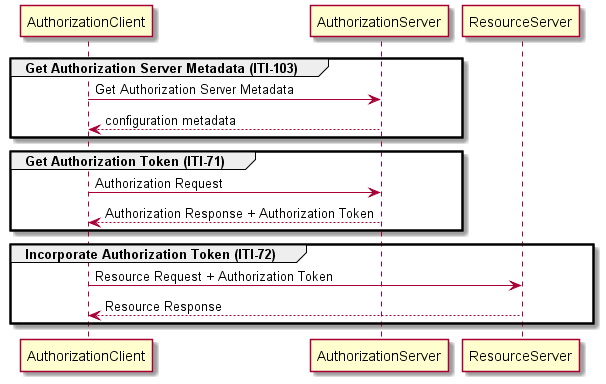
Before: ITI/IUA/media/basic-flow.png, a diagram exported from PlantUML (IHE/publications).
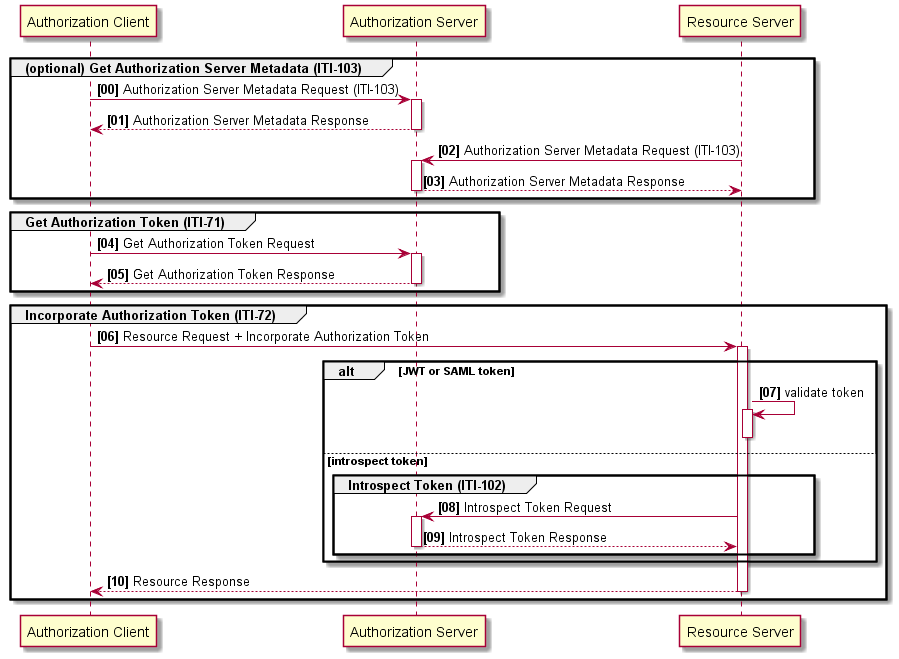
The same file after the commit.

Diff of the diagram source:
```diff
@@ -1,18 +1,44 @@
 @startuml basic-flow
 
-group Get Authorization Server Metadata (ITI-103)
-AuthorizationClient -> AuthorizationServer : Get Authorization Server Metadata
-AuthorizationClient <-- AuthorizationServer : configuration metadata
+participant "Authorization Client" as Client
+participant "Authorization Server" as AS
+participant "Resource Server" as RS
+
+autonumber 0 1 "<b>[00]</b>"
+autoactivate on
+
+group (optional) Get Authorization Server Metadata (ITI-103)
+
+    Client-> AS : Authorization Server Metadata Request (ITI-103)
+    AS --> Client: Authorization Server Metadata Response
+
+    RS-> AS : Authorization Server Metadata Request (ITI-103)
+    AS --> RS: Authorization Server Metadata Response
+
 end
 
 group Get Authorization Token (ITI-71)
-AuthorizationClient -> AuthorizationServer : Authorization Request
-AuthorizationClient <-- AuthorizationServer : Authorization Response + Authorization Token
+    Client -> AS: Get Authorization Token Request
+    Client <-- AS: Get Authorization Token Response
 end
 
 group Incorporate Authorization Token (ITI-72)
-AuthorizationClient -> ResourceServer : Resource Request + Authorization Token
-AuthorizationClient <-- ResourceServer : Resource Response
+
+Client -> RS : Resource Request + Incorporate Authorization Token
+
+alt JWT or SAML token
+  RS -> RS: validate token
+  deactivate RS
+
+else introspect token
+
+  group Introspect Token (ITI-102)
+        RS -> AS : Introspect Token Request
+        AS --> RS: Introspect Token Response
+  end
+end
+
+Client <-- RS : Resource Response
 end
 
 @enduml
```
